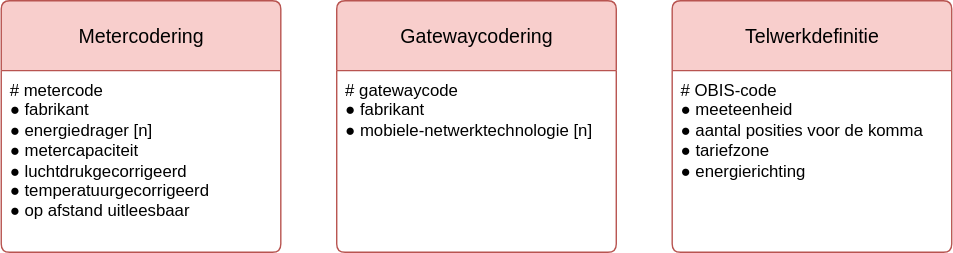
Before: modellen/registers/meetcomponentstandaardenregister/1.0.0/model.drawio.svg, a diagram exported from draw.io (sefanja/nbnl-conceptuele-informatiemodellen). Source tidied: cells renumbered, new cells last; positions are measured from the earlier drawing's top-left corner, leaving out a move shared by most shapes.
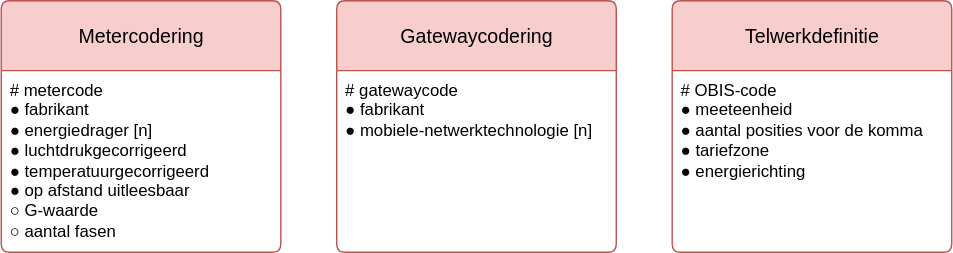
The same file after the commit.

Change to the diagram source:
```diff
@@ -5,7 +5,7 @@
     <mxCell id="2" value="&lt;div&gt;Metercodering&lt;/div&gt;" style="swimlane;horizontal=1;startSize=50;rounded=1;fontSize=14;fontStyle=0;strokeWidth=1;shadow=0;dashed=0;align=center;fillColor=#f8cecc;strokeColor=#b85450;arcSize=4;whiteSpace=wrap;html=1;" parent="1" vertex="1">
       <mxGeometry width="200" height="180" as="geometry" />
     </mxCell>
-    <mxCell id="3" value="# metercode&lt;div&gt;&lt;div&gt;&lt;span style=&quot;background-color: transparent; color: light-dark(rgb(0, 0, 0), rgb(255, 255, 255));&quot;&gt;● fabrikant&lt;/span&gt;&lt;/div&gt;&lt;div&gt;● energiedrager [n]&lt;/div&gt;&lt;div&gt;● metercapaciteit&lt;/div&gt;&lt;div&gt;● luchtdrukgecorrigeerd&lt;/div&gt;&lt;div&gt;&lt;div&gt;● temperatuurgecorrigeerd&lt;/div&gt;&lt;/div&gt;&lt;div&gt;● op afstand uitleesbaar&lt;/div&gt;&lt;/div&gt;" style="align=left;strokeColor=none;fillColor=none;spacingLeft=4;fontSize=12;verticalAlign=top;fontStyle=0;html=1;" parent="2" vertex="1">
+    <mxCell id="3" value="# metercode&lt;div&gt;&lt;div&gt;&lt;span style=&quot;background-color: transparent; color: light-dark(rgb(0, 0, 0), rgb(255, 255, 255));&quot;&gt;● fabrikant&lt;/span&gt;&lt;/div&gt;&lt;div&gt;● energiedrager [n]&lt;/div&gt;&lt;div&gt;&lt;span style=&quot;background-color: transparent; color: light-dark(rgb(0, 0, 0), rgb(255, 255, 255));&quot;&gt;● luchtdrukgecorrigeerd&lt;/span&gt;&lt;/div&gt;&lt;div&gt;&lt;div&gt;● temperatuurgecorrigeerd&lt;/div&gt;&lt;/div&gt;&lt;div&gt;● op afstand uitleesbaar&lt;/div&gt;&lt;/div&gt;&lt;div&gt;&lt;span style=&quot;background-color: transparent; color: light-dark(rgb(0, 0, 0), rgb(255, 255, 255));&quot;&gt;○&amp;nbsp;&lt;/span&gt;G-waarde&lt;/div&gt;&lt;div&gt;&lt;span style=&quot;background-color: transparent; color: light-dark(rgb(0, 0, 0), rgb(255, 255, 255));&quot;&gt;○&amp;nbsp;&lt;/span&gt;aantal fasen&lt;/div&gt;" style="align=left;strokeColor=none;fillColor=none;spacingLeft=4;fontSize=12;verticalAlign=top;fontStyle=0;html=1;" parent="2" vertex="1">
       <mxGeometry y="50" width="200" height="130" as="geometry" />
     </mxCell>
     <mxCell id="4" value="&lt;div&gt;Gatewaycodering&lt;/div&gt;" style="swimlane;horizontal=1;startSize=50;rounded=1;fontSize=14;fontStyle=0;strokeWidth=1;shadow=0;dashed=0;align=center;fillColor=#f8cecc;strokeColor=#b85450;arcSize=4;whiteSpace=wrap;html=1;" parent="1" vertex="1">
```
